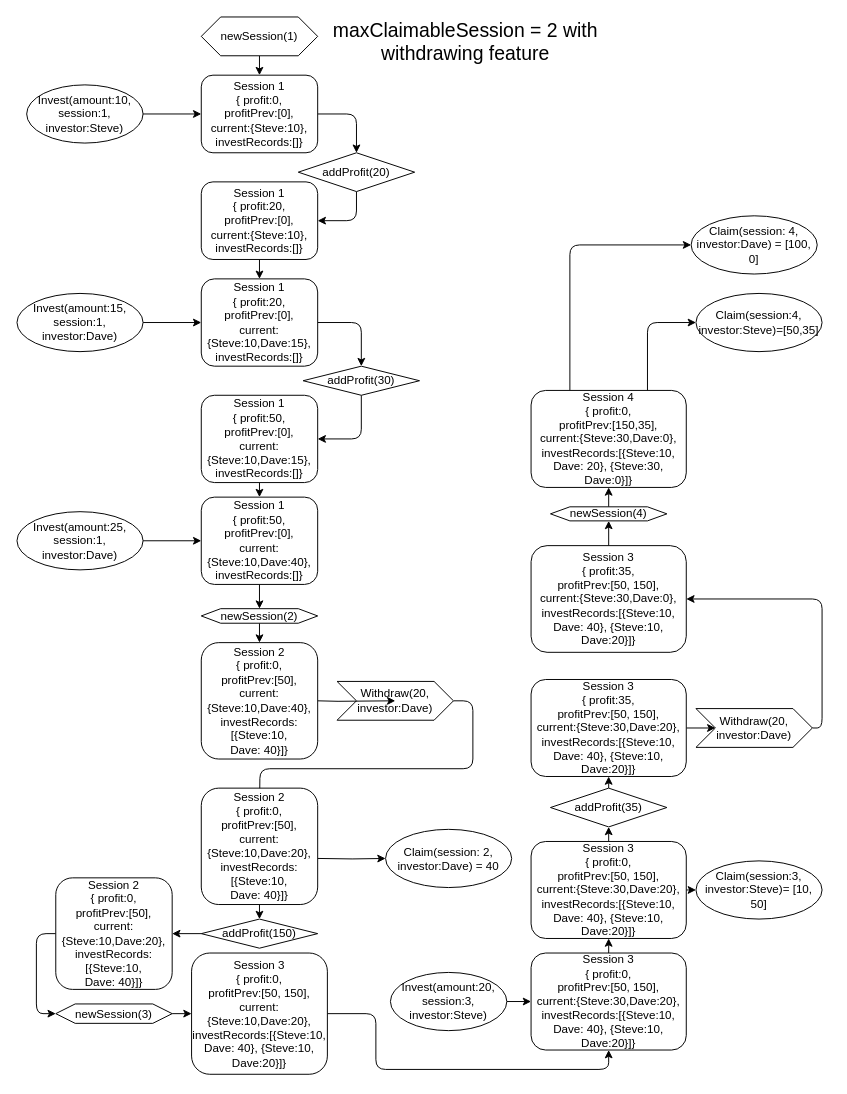
This is page "Scenario3_MaxClaimableSession=2_withdraw" (3 of 3) of Example1.drawio from ChihHaoChen/thundercoreProfit, a draw.io file, before an edit. Source tidied: cells renumbered, new cells numbered last; positions are measured from the earlier drawing's top-left corner, leaving out a move shared by most shapes. Both pictures are drawn from the tidied source at 97%, with x=0, y=0 at pixel (16, 16).
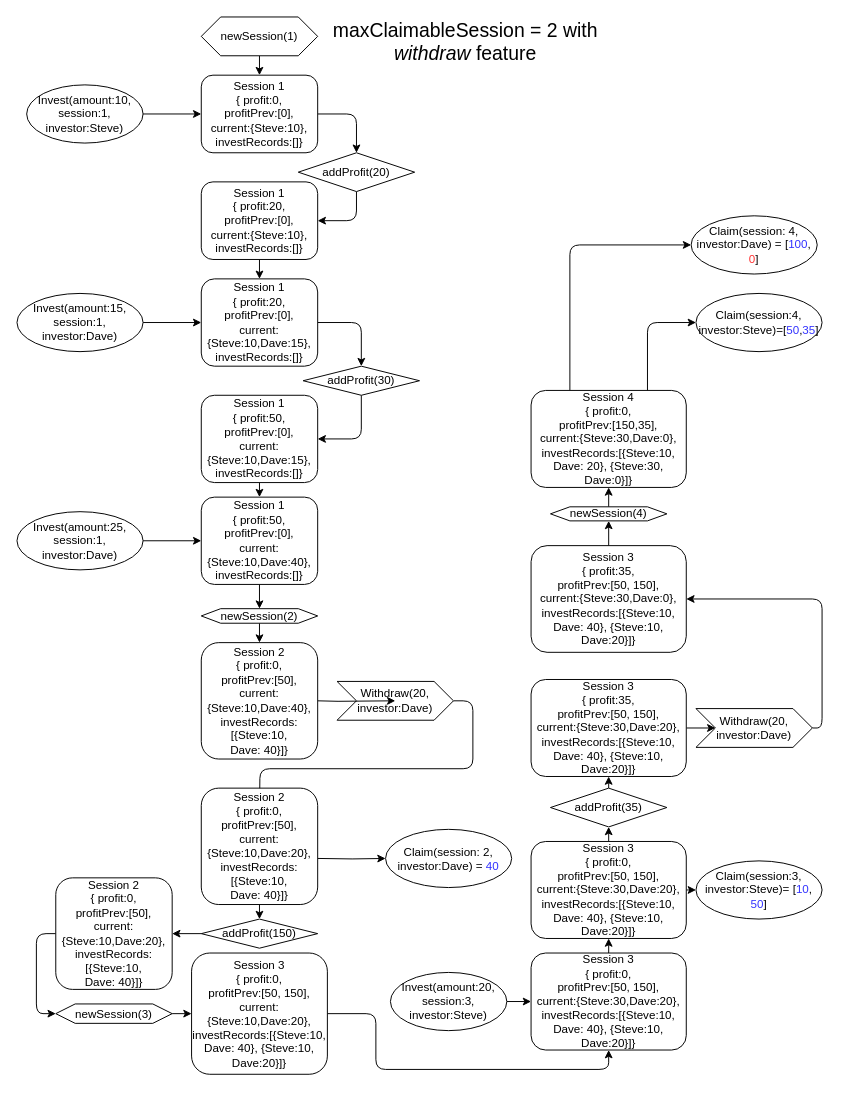
The same page after the edit.

Diff of the diagram source:
```diff
@@
-    <mxCell id="22" value="Claim(session: 2, investor:Dave) = 40" style="ellipse;whiteSpace=wrap;html=1;" parent="1" vertex="1">
+    <mxCell id="22" value="Claim(session: 2, investor:Dave) = &lt;font color=&quot;#3333FF&quot;&gt;40&lt;/font&gt;" style="ellipse;whiteSpace=wrap;html=1;" parent="1" vertex="1">
       <mxGeometry x="380" y="837.5" width="130" height="60" as="geometry" />
     </mxCell>
@@
-    <mxCell id="31" value="&lt;div&gt;Claim(session:3, investor:Steve)= [10, 50]&lt;br&gt;&lt;/div&gt;" style="ellipse;whiteSpace=wrap;html=1;" parent="1" vertex="1">
+    <mxCell id="31" value="&lt;div&gt;Claim(session:3, investor:Steve)= [&lt;font color=&quot;#3333FF&quot;&gt;10&lt;/font&gt;, &lt;font color=&quot;#3333FF&quot;&gt;50&lt;/font&gt;]&lt;br&gt;&lt;/div&gt;" style="ellipse;whiteSpace=wrap;html=1;" parent="1" vertex="1">
       <mxGeometry x="700" y="870" width="130" height="60" as="geometry" />
     </mxCell>
@@
-    <mxCell id="36" value="Claim(session:4, investor:Steve)=[50,35]" style="ellipse;whiteSpace=wrap;html=1;" parent="1" vertex="1">
+    <mxCell id="36" value="Claim(session:4, investor:Steve)=[&lt;font color=&quot;#3333FF&quot;&gt;50&lt;/font&gt;,&lt;font color=&quot;#3333FF&quot;&gt;35&lt;/font&gt;]" style="ellipse;whiteSpace=wrap;html=1;" parent="1" vertex="1">
       <mxGeometry x="700" y="285" width="130" height="60" as="geometry" />
     </mxCell>
-    <mxCell id="37" value="Claim(session: 4, investor:Dave) = [100, 0]" style="ellipse;whiteSpace=wrap;html=1;" parent="1" vertex="1">
+    <mxCell id="37" value="Claim(session: 4, investor:Dave) = [&lt;font color=&quot;#3333FF&quot;&gt;100&lt;/font&gt;, &lt;font color=&quot;#FF3333&quot;&gt;0&lt;/font&gt;]" style="ellipse;whiteSpace=wrap;html=1;" parent="1" vertex="1">
       <mxGeometry x="695" y="205" width="130" height="60" as="geometry" />
     </mxCell>
@@
-    <mxCell id="44" value="maxClaimableSession = 2 with withdrawing feature" style="text;html=1;strokeColor=none;fillColor=none;align=center;verticalAlign=middle;whiteSpace=wrap;rounded=0;fontSize=20;" parent="1" vertex="1">
+    <mxCell id="44" value="maxClaimableSession = 2 with &lt;i&gt;withdraw&lt;/i&gt; feature" style="text;html=1;strokeColor=none;fillColor=none;align=center;verticalAlign=middle;whiteSpace=wrap;rounded=0;fontSize=20;" parent="1" vertex="1">
       <mxGeometry x="310" y="15" width="305" height="20" as="geometry" />
     </mxCell>
```
